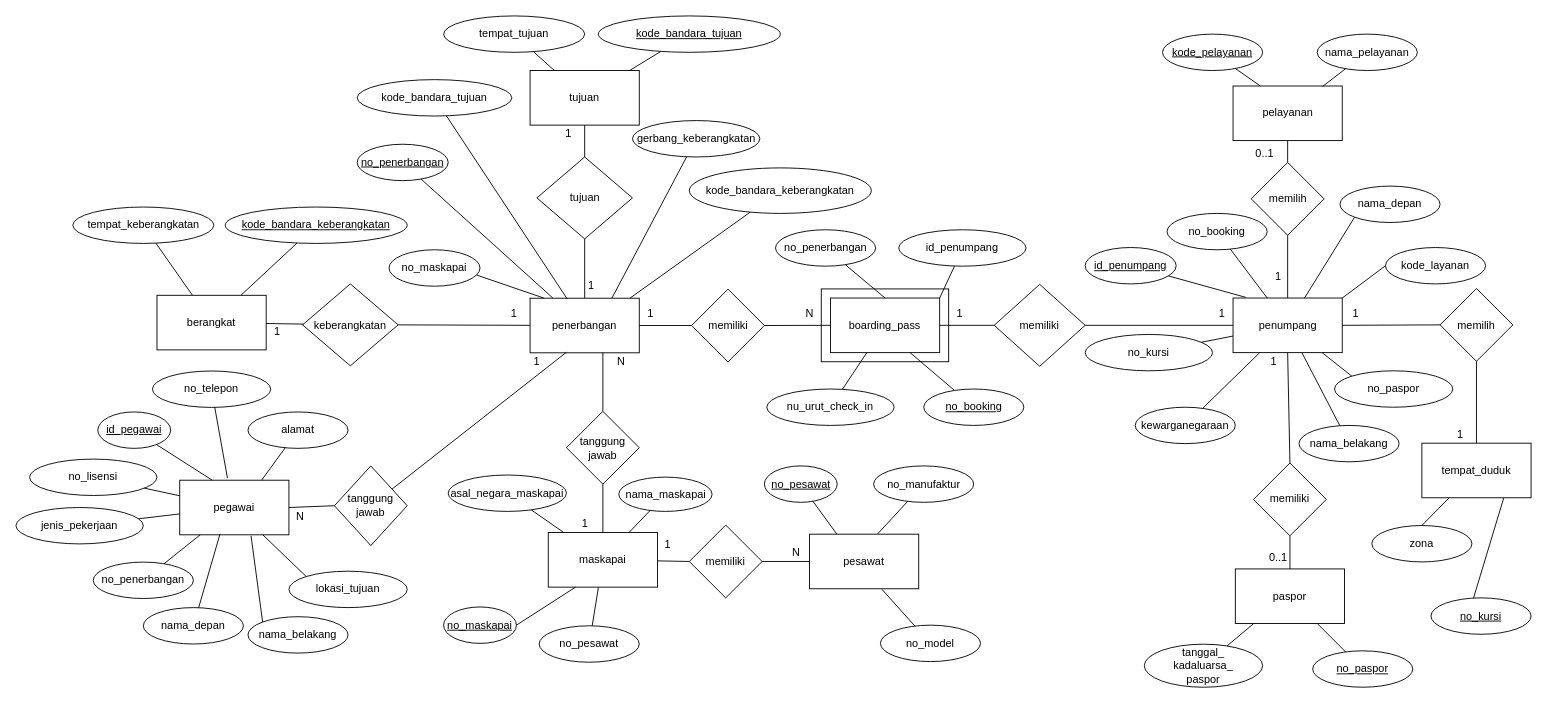
Earlier version of the draw.io diagram page "Fixed ER Diagram" (1 of 5) of ER Diagram/ADD.drawio (Edwin-Jaya/Data-Design-Analytics-Project). Source tidied: cells renumbered, new cells numbered last; positions are measured from the earlier drawing's top-left corner, leaving out a move shared by most shapes. Both pictures are drawn from the tidied source at 91%, with x=0, y=0 at pixel (15, 15).
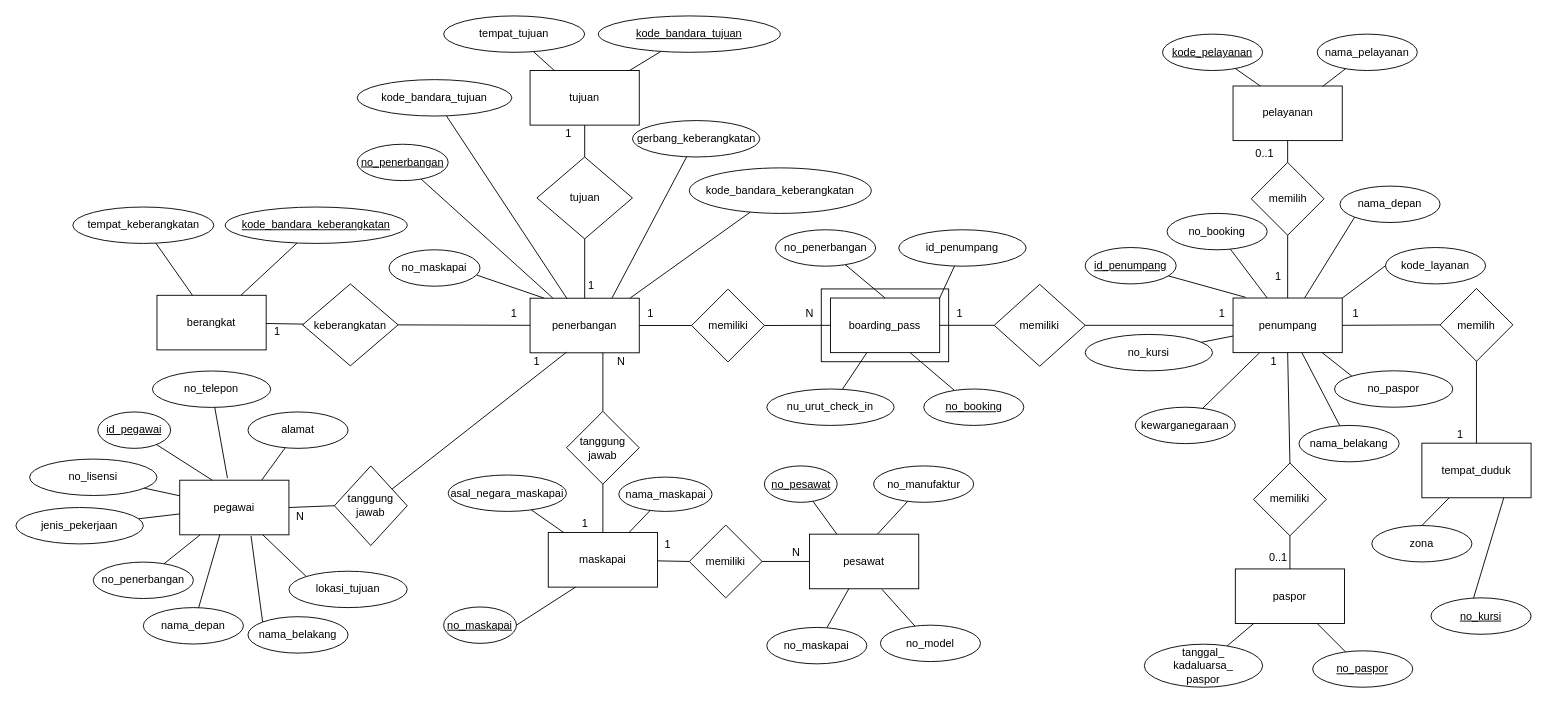
The same diagram, later.

The change refers to these unchanged cells:
```xml
<mxCell id="55" value="pesawat" style="rounded=0;whiteSpace=wrap;html=1;" parent="1" vertex="1">
  <mxGeometry x="872.1" y="569.5" width="120" height="60" as="geometry" />
</mxCell>
<mxCell id="64" value="maskapai" style="rounded=0;whiteSpace=wrap;html=1;" parent="1" vertex="1">
  <mxGeometry x="585" y="567.7" width="120" height="60" as="geometry" />
</mxCell>
```

The edit, as a diff of the source:
```diff
@@
-    <mxCell id="57" value="no_pesawat" style="ellipse;whiteSpace=wrap;html=1;" parent="1" vertex="1">
-      <mxGeometry x="575" y="670.2" width="110" height="40" as="geometry" />
+    <mxCell id="57" value="no_maskapai" style="ellipse;whiteSpace=wrap;html=1;" parent="1" vertex="1">
+      <mxGeometry x="825.1" y="672" width="110" height="40" as="geometry" />
     </mxCell>
@@
-    <mxCell id="61" style="endArrow=none;html=1;rounded=0;" parent="1" edge="1" source="64" target="57">
+    <mxCell id="61" style="endArrow=none;html=1;rounded=0;" parent="1" edge="1" source="55" target="57">
       <mxGeometry relative="1" as="geometry" />
     </mxCell>
```
